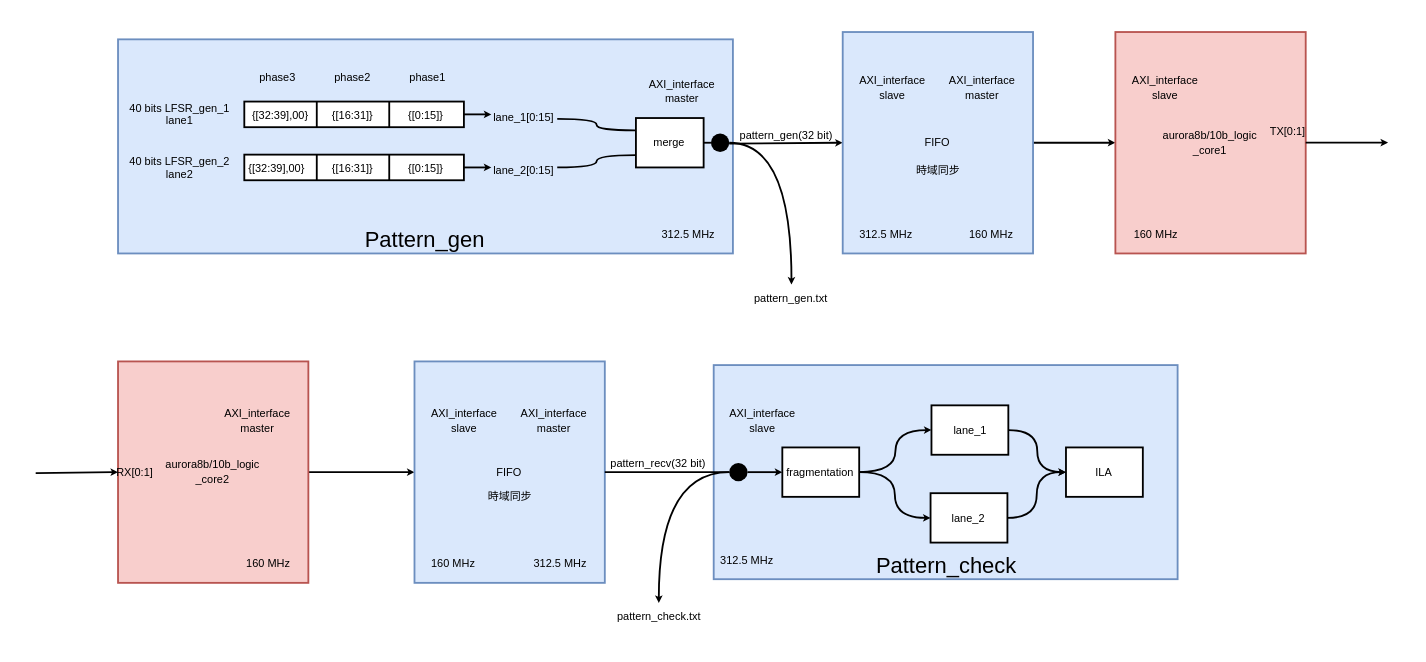
The draw.io diagram chorma/aurora8b10b/aurora8b10b_simulation.drawio in YZchen3467/drawio, before the edit. Source tidied: cells renumbered, new cells numbered last; positions are measured from the earlier drawing's top-left corner, leaving out a move shared by most shapes. Both pictures are drawn from the tidied source at 183%, with x=0, y=0 at pixel (35, 31).
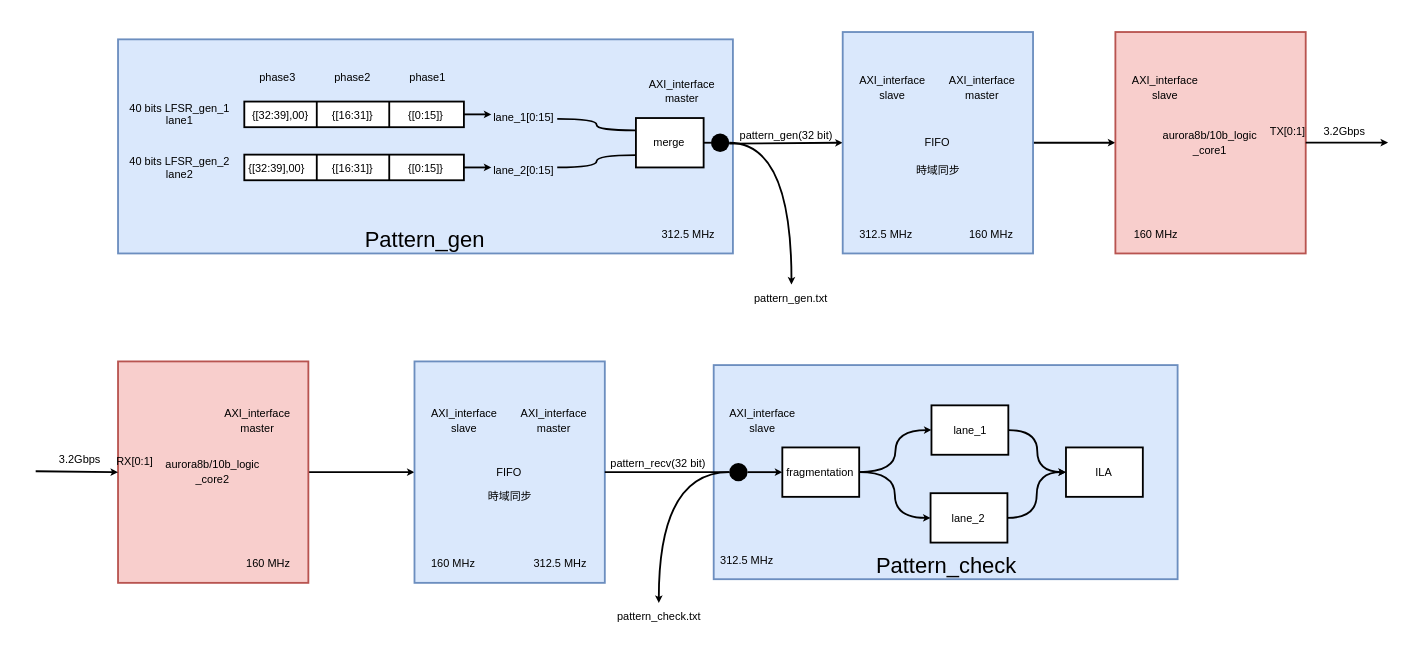
The same page after the edit.

Commit message (it also covers changes not shown here):
add wavedrom structure

The change refers to these unchanged cells:
```xml
<mxCell id="4" value="&lt;font style=&quot;font-size: 6px;&quot;&gt;lane_2[0:15]&lt;/font&gt;" style="text;strokeColor=none;fillColor=none;align=center;verticalAlign=middle;rounded=0;whiteSpace=wrap;html=1;flipV=1;flipH=0;" parent="1" vertex="1">
  <mxGeometry x="249" y="69" width="36" height="10" as="geometry" />
</mxCell>
<mxCell id="17" style="rounded=0;whiteSpace=wrap;html=1;fontSize=6;points=[[0,0,0,0,0],[0,0.21,0,0,0],[0,0.5,0,0,0],[0,0.79,0,0,0],[0,1,0,0,0],[0.33,0,0,0,0],[0.33,1,0,0,0],[0.66,0,0,0,0],[0.66,1,0,0,0],[1,0,0,0,0],[1,0.29,0,0,0],[1,0.5,0,0,0],[1,0.79,0,0,0],[1,1,0,0,0]];" parent="16" vertex="1">
  <mxGeometry width="120" height="14" as="geometry" />
</mxCell>
<mxCell id="43" value="aurora8b/10b_logic&lt;br&gt;_core2" style="rounded=0;whiteSpace=wrap;html=1;glass=0;fontSize=6;fillColor=#f8cecc;strokeColor=#b85450;" parent="1" vertex="1">
  <mxGeometry x="45" y="180" width="104" height="121" as="geometry" />
</mxCell>
```

The edit, as a diff of the source:
```diff
@@
     <mxCell id="73" style="edgeStyle=none;html=1;entryX=0;entryY=0.5;entryDx=0;entryDy=0;fontSize=6;endArrow=classic;endFill=1;endSize=1;" parent="1" edge="1" target="43">
       <mxGeometry relative="1" as="geometry">
-        <mxPoint y="241" as="sourcePoint" />
+        <mxPoint y="240" as="sourcePoint" />
       </mxGeometry>
     </mxCell>
     <mxCell id="74" value="RX[0:1]" style="text;html=1;strokeColor=none;fillColor=none;align=center;verticalAlign=middle;whiteSpace=wrap;rounded=0;glass=0;fontSize=6;spacing=0;" parent="1" vertex="1">
-      <mxGeometry x="45" y="233" width="19" height="15" as="geometry" />
+      <mxGeometry x="45" y="227" width="19" height="15" as="geometry" />
     </mxCell>
@@
-    <mxCell id="77" style="endArrow=classic;html=1;entryX=0;entryY=0.5;entryDx=0;entryDy=0;exitX=1;exitY=0.5;exitDx=0;exitDy=0;exitPerimeter=0;endSize=1;" parent="1" edge="1" source="17" target="4">
-      <mxGeometry relative="1" as="geometry" />
+    <mxCell id="77" style="endArrow=classic;html=1;entryX=0;entryY=0.5;entryDx=0;entryDy=0;exitX=1;exitY=0.5;exitDx=0;exitDy=0;exitPerimeter=0;endSize=1;" parent="1" edge="1" target="4">
+      <mxGeometry relative="1" as="geometry">
+        <mxPoint x="234" y="74" as="sourcePoint" />
+      </mxGeometry>
     </mxCell>
+    <mxCell id="78" value="3.2Gbps" style="text;html=1;strokeColor=none;fillColor=none;align=center;verticalAlign=middle;whiteSpace=wrap;rounded=0;glass=0;fontSize=6;spacing=0;" parent="1" vertex="1">
+      <mxGeometry x="706" y="47.5" width="19" height="15" as="geometry" />
+    </mxCell>
+    <mxCell id="79" value="3.2Gbps" style="text;html=1;strokeColor=none;fillColor=none;align=center;verticalAlign=middle;whiteSpace=wrap;rounded=0;glass=0;fontSize=6;spacing=0;" parent="1" vertex="1">
+      <mxGeometry x="15" y="226.5" width="19" height="15" as="geometry" />
+    </mxCell>
```
